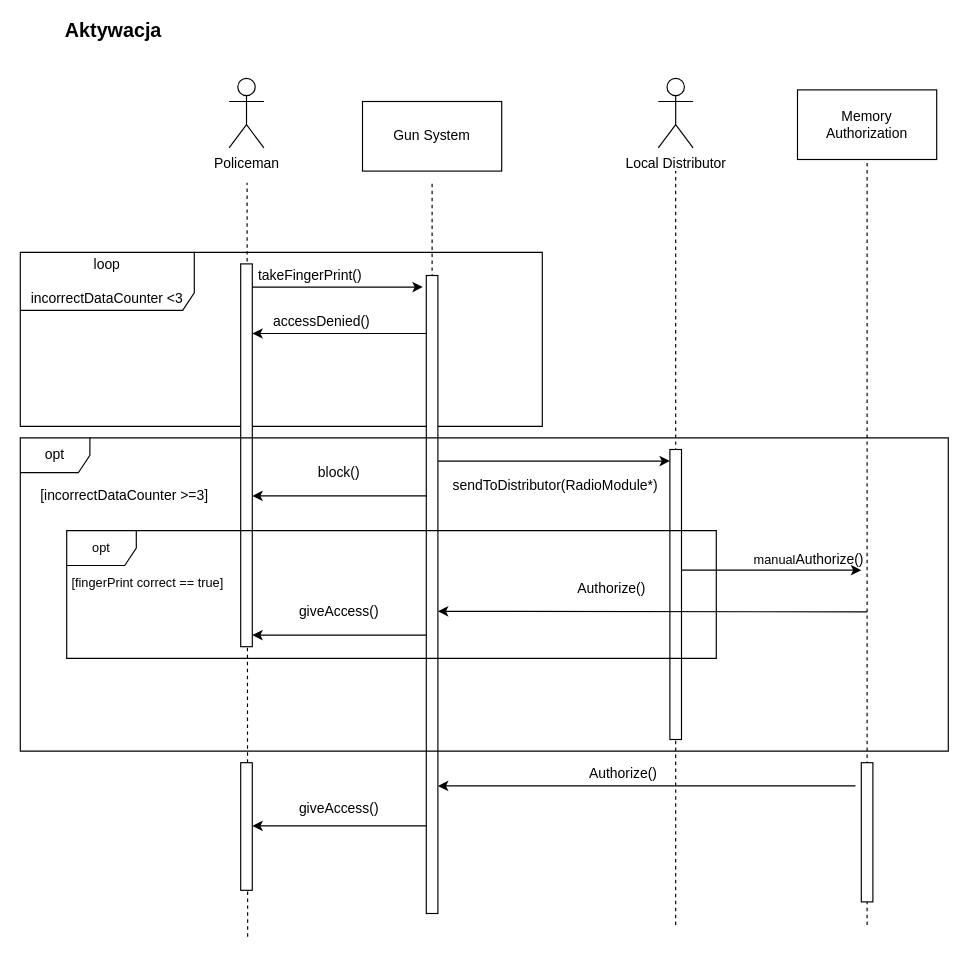
This is sequence_diagram_1.drawio from mardyr/UML-and-diagrams, a draw.io file, before an edit. Source tidied: cells renumbered, new cells numbered last; positions are measured from the earlier drawing's top-left corner, leaving out a move shared by most shapes. Both pictures are drawn from the tidied source at 116%, with x=0, y=0 at pixel (20, 20).
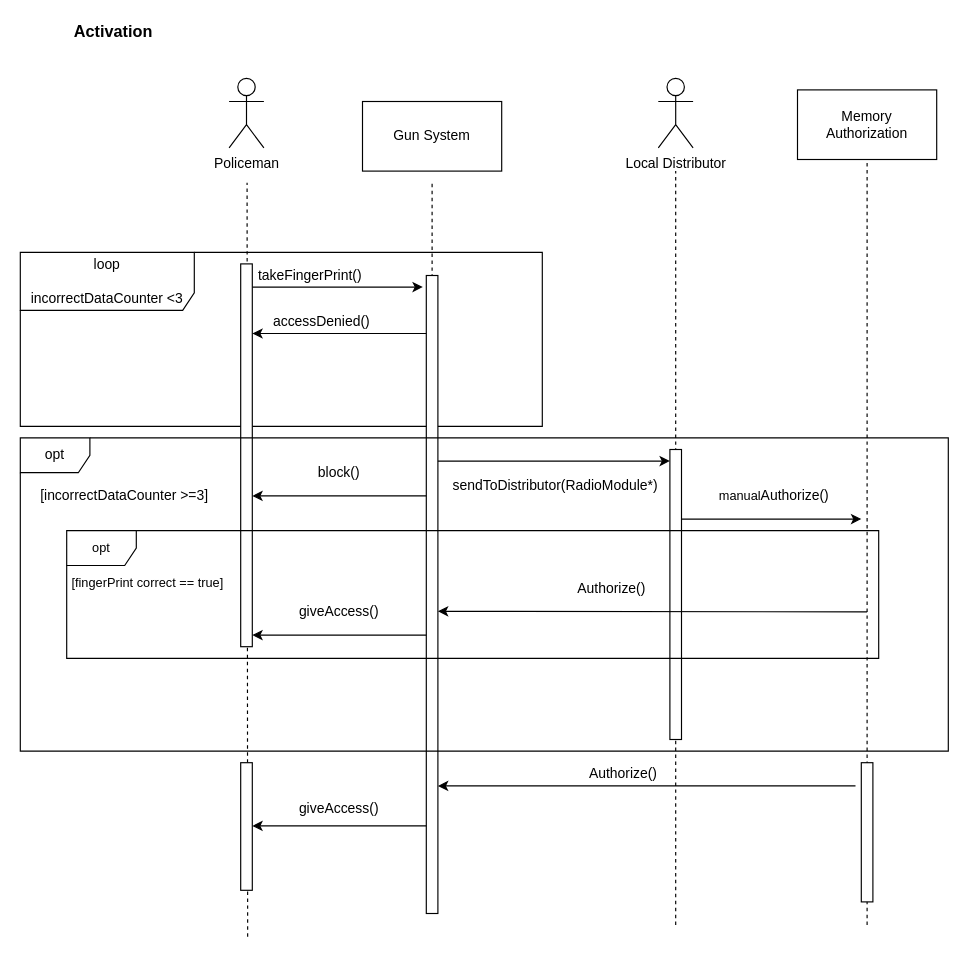
The same diagram, later.

What changed in the source:
```diff
@@
-    <mxCell id="3" value="&lt;b&gt;&lt;font style=&quot;font-size: 17px&quot;&gt;Aktywacja&lt;/font&gt;&lt;/b&gt;" style="text;html=1;align=center;verticalAlign=middle;" parent="1" vertex="1">
-      <mxGeometry x="30" width="100" height="20" as="geometry" />
+    <mxCell id="3" value="&lt;b&gt;&lt;font style=&quot;font-size: 14px&quot;&gt;Activation&lt;/font&gt;&lt;/b&gt;" style="text;html=1;align=center;verticalAlign=middle;" parent="1" vertex="1">
+      <mxGeometry x="35" width="90" height="20" as="geometry" />
     </mxCell>
@@
     <mxCell id="23" value="opt" style="shape=umlFrame;whiteSpace=wrap;html=1;fontSize=11;" parent="1" vertex="1">
-      <mxGeometry x="40" y="440" width="560" height="110" as="geometry" />
+      <mxGeometry x="40" y="440" width="700" height="110" as="geometry" />
     </mxCell>
@@
     <mxCell id="25" style="endArrow=classic;html=1;fontSize=11;" parent="1" edge="1">
       <mxGeometry relative="1" as="geometry">
-        <mxPoint x="570" y="474" as="sourcePoint" />
-        <mxPoint x="725" y="474" as="targetPoint" />
+        <mxPoint x="570" y="430" as="sourcePoint" />
+        <mxPoint x="725" y="430" as="targetPoint" />
       </mxGeometry>
     </mxCell>
     <mxCell id="26" value="manual&lt;font style=&quot;font-size: 12px&quot;&gt;Authorize()&lt;/font&gt;" style="text;html=1;strokeColor=none;fillColor=none;align=center;verticalAlign=middle;whiteSpace=wrap;rounded=0;fontSize=11;" parent="1" vertex="1">
-      <mxGeometry x="660" y="455" width="40" height="20" as="geometry" />
+      <mxGeometry x="630" y="400" width="40" height="20" as="geometry" />
     </mxCell>
```
